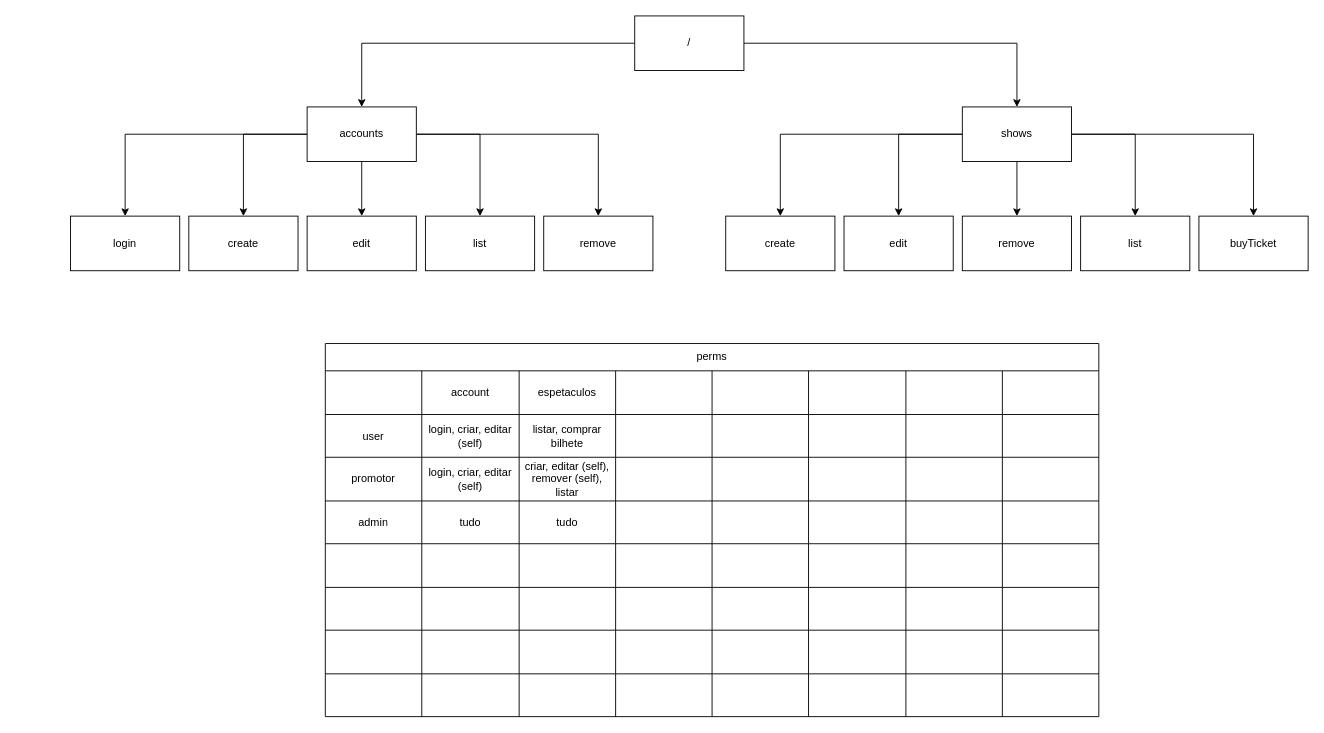
onvrb/paw keeps this draw.io diagram as diagramalol.drawio. Above is the earlier version. Source tidied: cells renumbered, new cells numbered last; positions are measured from the earlier drawing's top-left corner, leaving out a move shared by most shapes. Both pictures are drawn from the tidied source at 91%, with x=0, y=0 at pixel (70, 15).
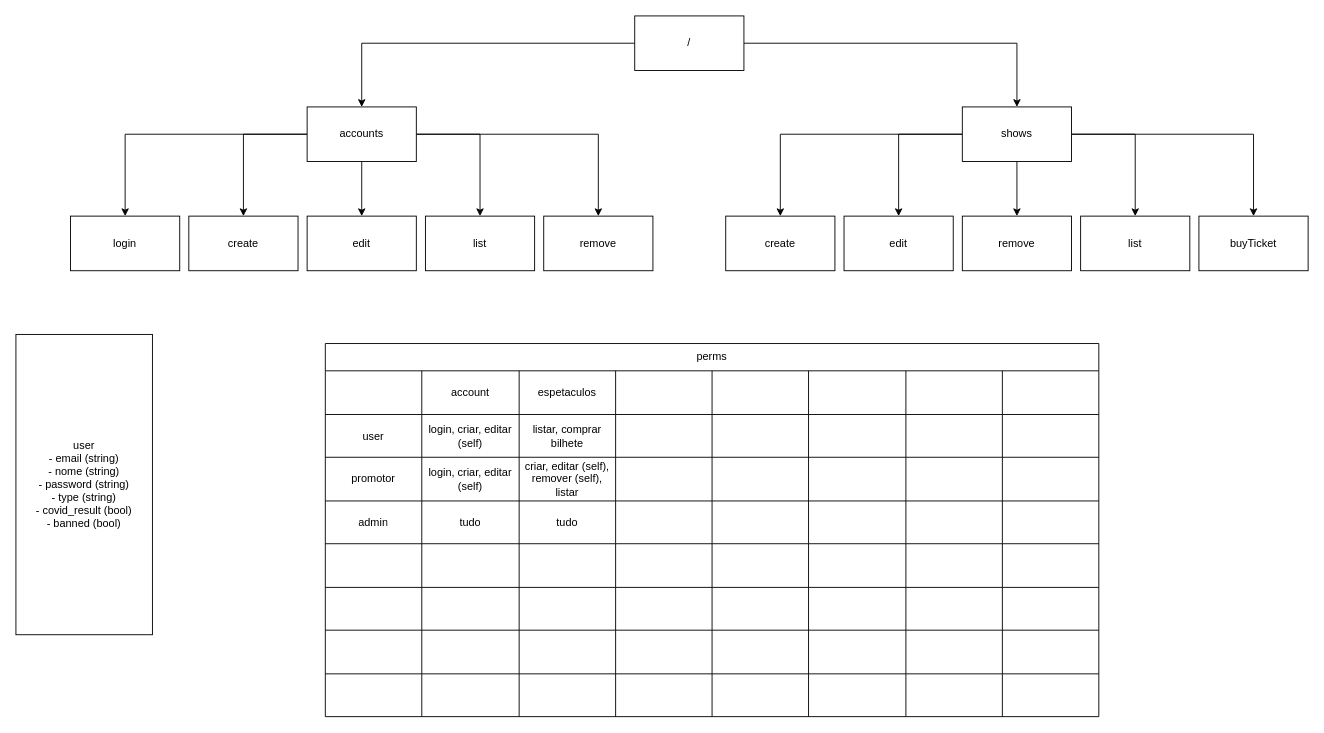
The same diagram, later.

Diff of the diagram source:
```diff
@@
+    <mxCell id="100" value="user&lt;br&gt;- email&amp;nbsp;(string)&lt;br&gt;- nome&amp;nbsp;(string)&lt;br&gt;- password&amp;nbsp;(string)&lt;br&gt;- type (string)&lt;br&gt;- covid_result (bool)&lt;br&gt;- banned (bool)" style="whiteSpace=wrap;html=1;" parent="1" vertex="1">
+      <mxGeometry x="-60" y="350" width="150" height="330" as="geometry" />
+    </mxCell>
```
